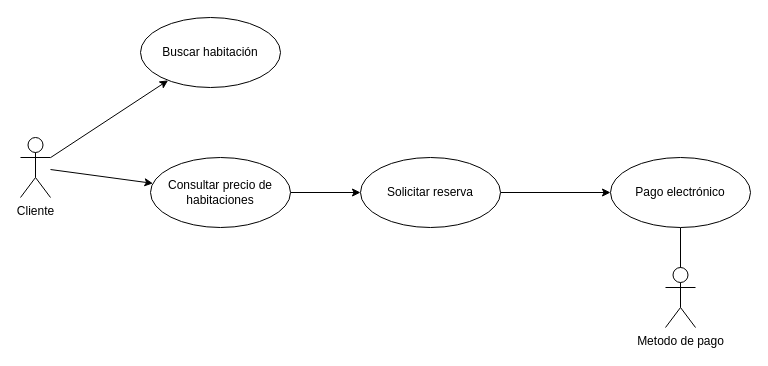
Earlier version of the draw.io diagram cliente.drawio (remmko/Formacion). Source tidied: cells renumbered, new cells numbered last; positions are measured from the earlier drawing's top-left corner, leaving out a move shared by most shapes. Both pictures are drawn from the tidied source at 100%, with x=0, y=0 at pixel (20, 17).
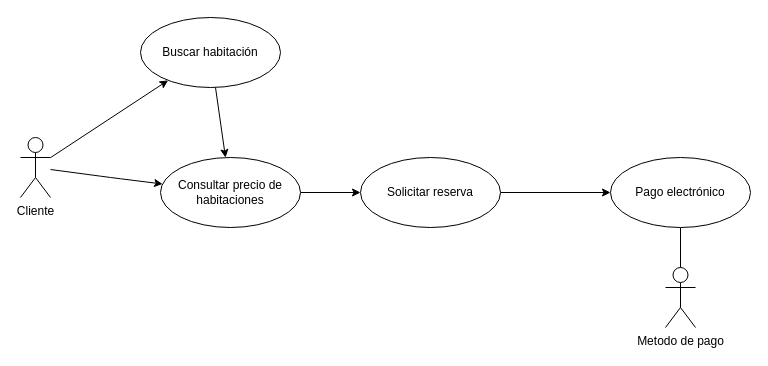
The same diagram, later.

Commit message (it also covers changes not shown here):
Cleaning diagramm added

Diff of the diagram source:
```diff
@@
 <mxGraphModel>
   <root>
     <mxCell id="0" />
     <mxCell id="1" parent="0" />
     <mxCell id="2" style="edgeStyle=none;html=1;" parent="1" edge="1" source="4" target="5">
       <mxGeometry relative="1" as="geometry" />
     </mxCell>
     <mxCell id="3" style="edgeStyle=none;html=1;" parent="1" edge="1" source="4" target="11">
-      <mxGeometry relative="1" as="geometry" />
+      <mxGeometry relative="1" as="geometry">
+        <Array as="points">
+          <mxPoint x="90" y="160" />
+        </Array>
+      </mxGeometry>
     </mxCell>
     <mxCell id="4" value="Cliente" style="shape=umlActor;verticalLabelPosition=bottom;verticalAlign=top;html=1;" parent="1" vertex="1">
       <mxGeometry y="120" width="30" height="60" as="geometry" />
     </mxCell>
+    <mxCell id="13" style="edgeStyle=none;html=1;" parent="1" edge="1" source="5" target="11">
+      <mxGeometry relative="1" as="geometry" />
+    </mxCell>
     <mxCell id="5" value="Buscar habitación" style="ellipse;whiteSpace=wrap;html=1;" parent="1" vertex="1">
       <mxGeometry x="120" width="140" height="70" as="geometry" />
     </mxCell>
     <mxCell id="6" style="edgeStyle=none;html=1;" parent="1" edge="1" source="7" target="9">
       <mxGeometry relative="1" as="geometry" />
     </mxCell>
     <mxCell id="7" value="Solicitar reserva" style="ellipse;whiteSpace=wrap;html=1;" parent="1" vertex="1">
       <mxGeometry x="340" y="140" width="140" height="70" as="geometry" />
     </mxCell>
     <mxCell id="8" style="edgeStyle=none;html=1;" parent="1" edge="1" source="9">
       <mxGeometry relative="1" as="geometry">
         <mxPoint x="660" y="260" as="targetPoint" />
       </mxGeometry>
     </mxCell>
     <mxCell id="9" value="Pago electrónico" style="ellipse;whiteSpace=wrap;html=1;" parent="1" vertex="1">
       <mxGeometry x="590" y="140" width="140" height="70" as="geometry" />
     </mxCell>
     <mxCell id="10" style="edgeStyle=none;html=1;" parent="1" edge="1" source="11" target="7">
       <mxGeometry relative="1" as="geometry" />
     </mxCell>
     <mxCell id="11" value="Consultar precio de habitaciones" style="ellipse;whiteSpace=wrap;html=1;" parent="1" vertex="1">
-      <mxGeometry x="130" y="140" width="140" height="70" as="geometry" />
+      <mxGeometry x="140" y="140" width="140" height="70" as="geometry" />
     </mxCell>
     <mxCell id="12" value="Metodo de pago" style="shape=umlActor;verticalLabelPosition=bottom;verticalAlign=top;html=1;" parent="1" vertex="1">
       <mxGeometry x="645" y="250" width="30" height="60" as="geometry" />
     </mxCell>
   </root>
 </mxGraphModel>
```
